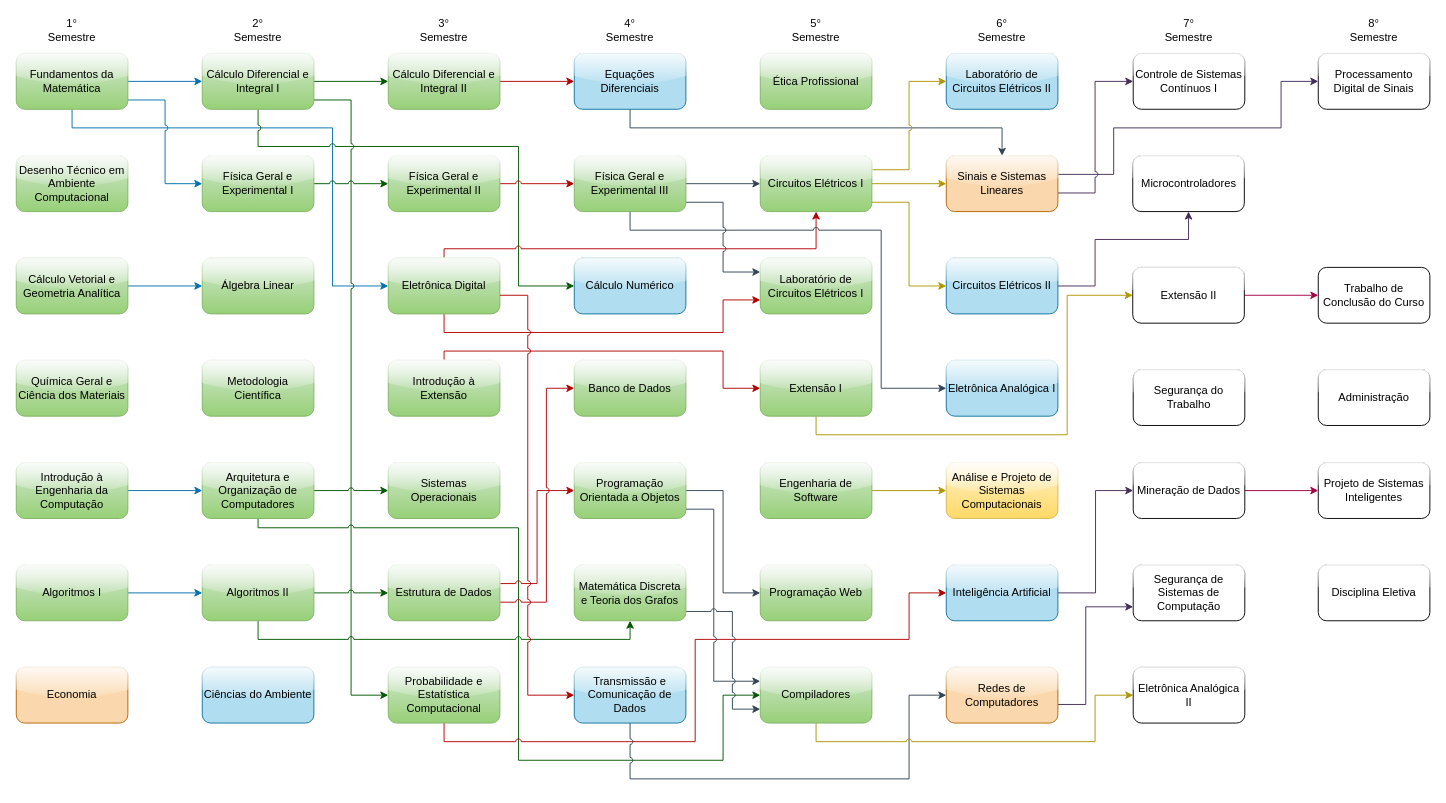
This is fluxograma-disciplinas.drawio from mateus-s-a/IFMT_Eng_Computacao, a draw.io file, before an edit. Source tidied: cells renumbered, new cells numbered last; positions are measured from the earlier drawing's top-left corner, leaving out a move shared by most shapes. Both pictures are drawn from the tidied source at 93%, with x=0, y=0 at pixel (16, 16).
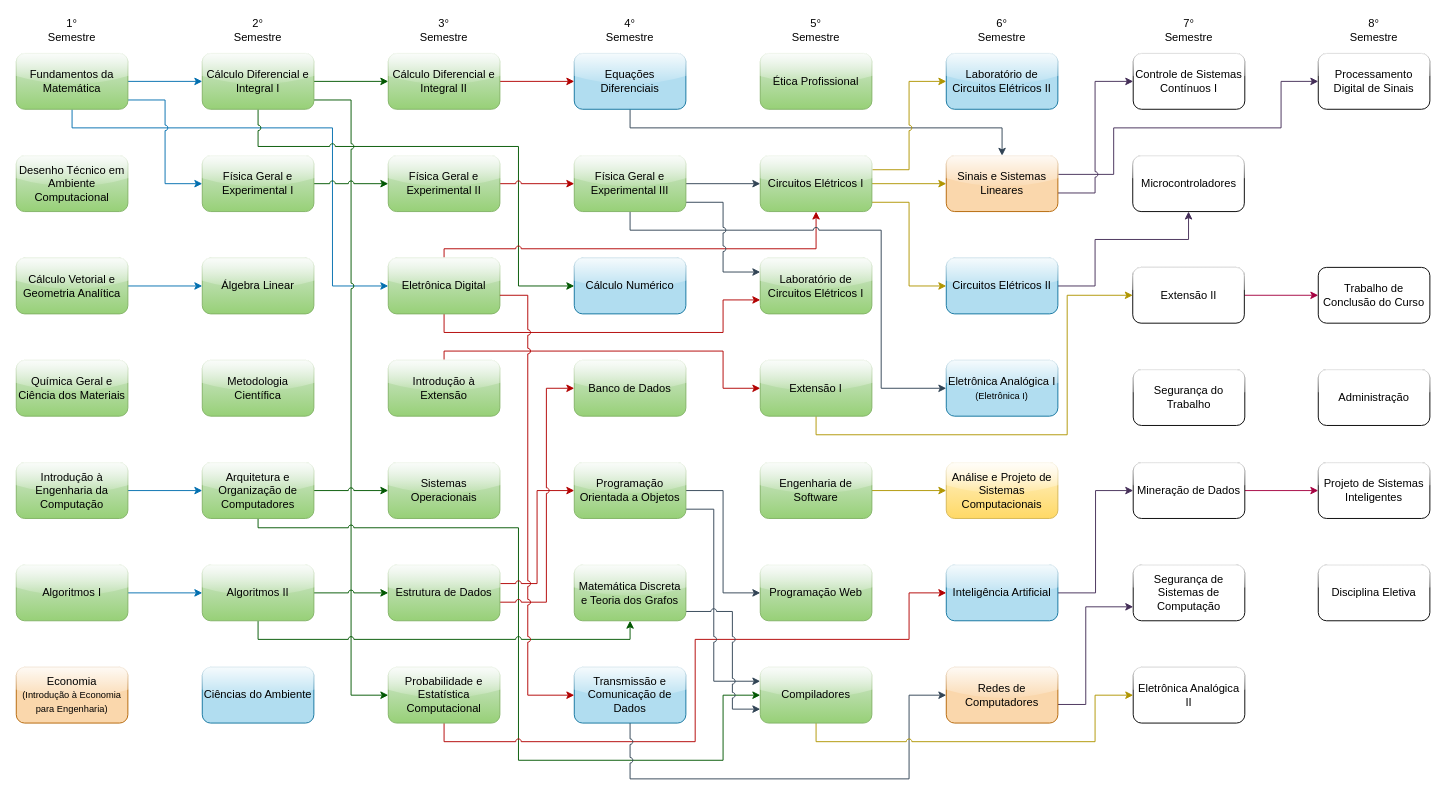
After the change.

The change refers to these unchanged cells:
```xml
<mxCell id="46" style="group;" parent="1" vertex="1">
  <mxGeometry width="120" height="760" as="geometry" />
</mxCell>
<mxCell id="91" style="group;" parent="1" vertex="1">
  <mxGeometry x="1000" width="120" height="760" as="geometry" />
</mxCell>
```

What changed in the source:
```diff
@@
-    <mxCell id="54" value="Economia" style="rounded=1;whiteSpace=wrap;html=1;glass=1;fillColor=#fad7ac;strokeColor=#b46504;" parent="46" vertex="1">
+    <mxCell id="54" value="Economia&lt;br&gt;&lt;div&gt;&lt;font style=&quot;font-size: 10px;&quot;&gt;(Introdução à Economia para Engenharia)&lt;/font&gt;&lt;/div&gt;" style="rounded=1;whiteSpace=wrap;html=1;glass=1;fillColor=#fad7ac;strokeColor=#b46504;" parent="46" vertex="1">
       <mxGeometry y="700" width="120" height="60" as="geometry" />
     </mxCell>
@@
-    <mxCell id="95" value="Eletrônica Analógica I" style="rounded=1;whiteSpace=wrap;html=1;glass=1;fillColor=#b1ddf0;strokeColor=#10739e;" parent="91" vertex="1">
+    <mxCell id="95" value="Eletrônica Analógica I&lt;br&gt;&lt;font style=&quot;font-size: 10px;&quot;&gt;(Eletrônica I)&lt;/font&gt;" style="rounded=1;whiteSpace=wrap;html=1;glass=1;fillColor=#b1ddf0;strokeColor=#10739e;" parent="91" vertex="1">
       <mxGeometry y="370" width="120" height="60" as="geometry" />
     </mxCell>
```
